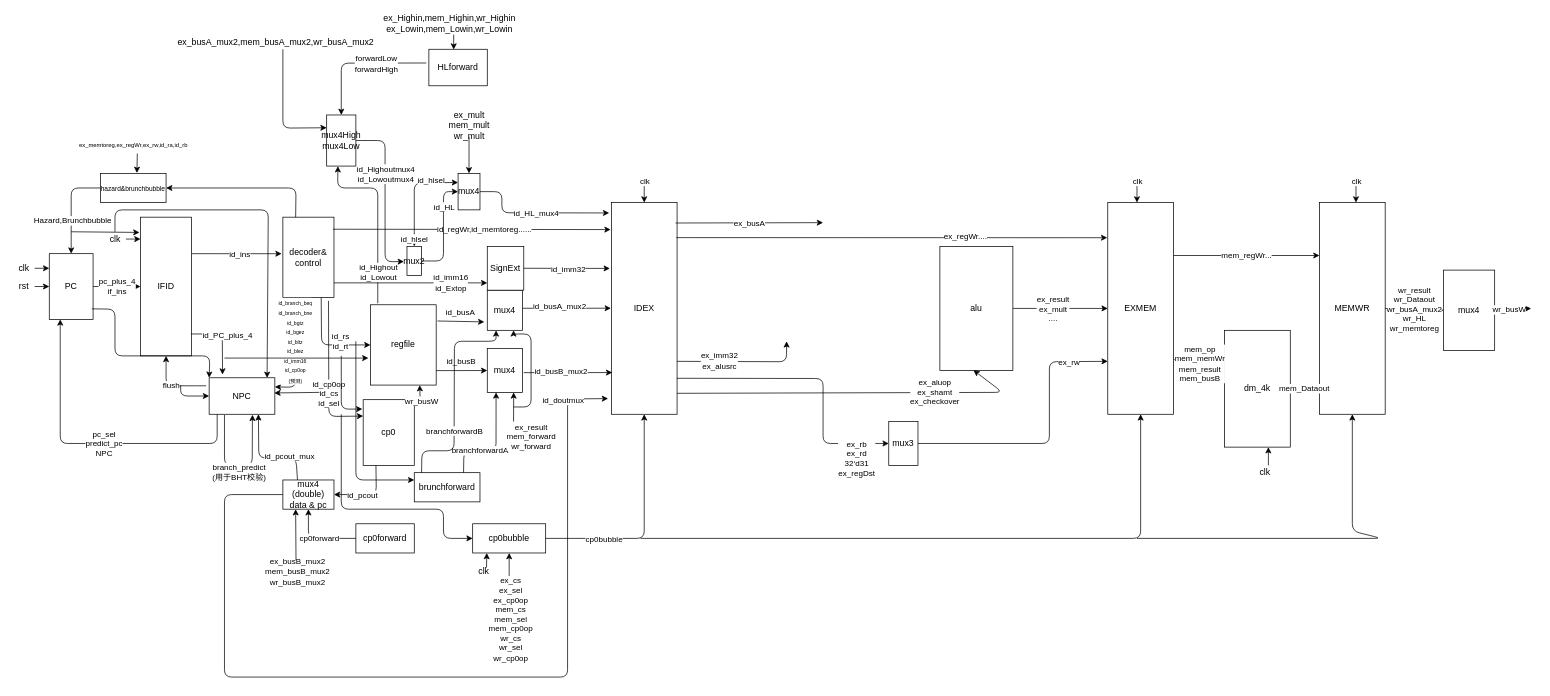
Above: Untitled Diagram.drawio in LinusWangg/DataStructure (draw.io), before the change. Source tidied: cells renumbered, new cells numbered last; positions are measured from the earlier drawing's top-left corner, leaving out a move shared by most shapes. Both pictures are drawn from the tidied source at 73%, with x=0, y=0 at pixel (12, 12).
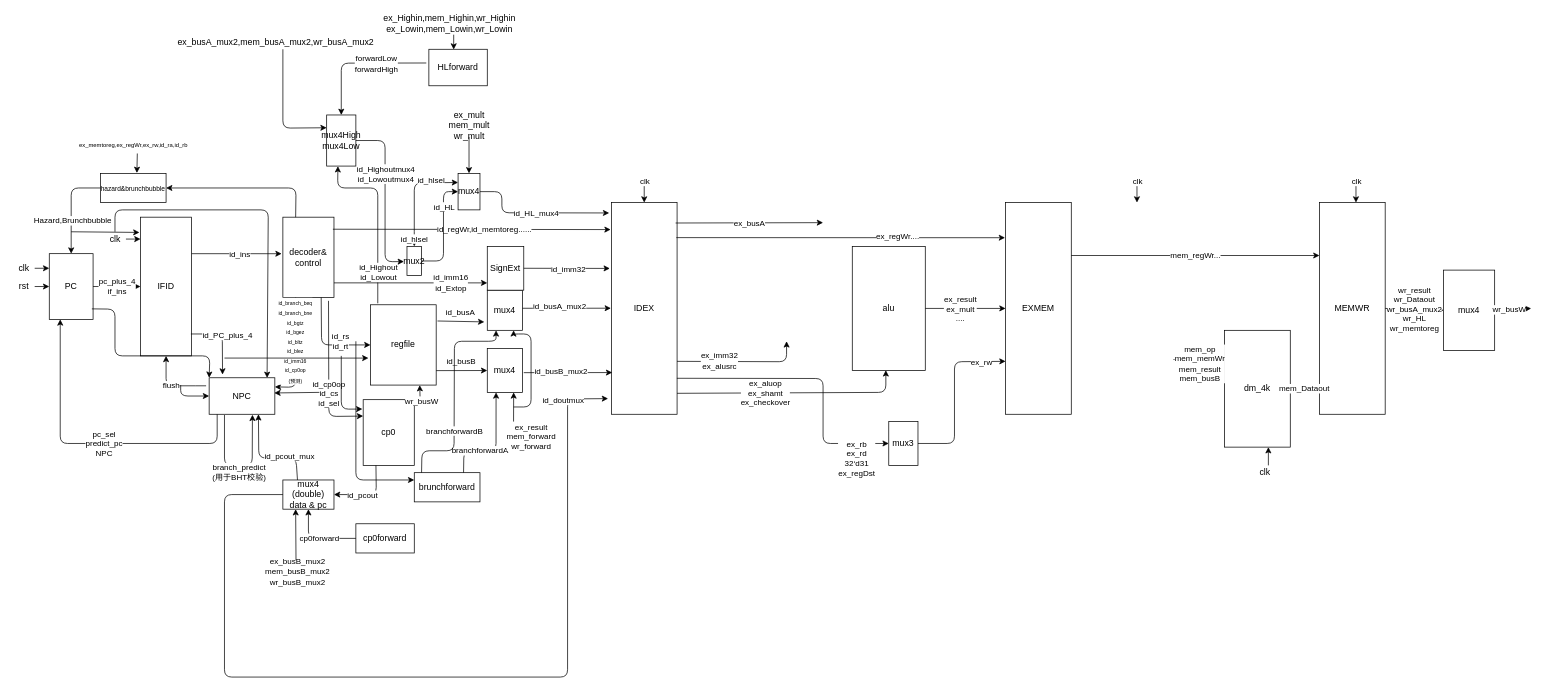
After the change.

The change refers to these unchanged cells:
```xml
<mxCell id="32" value="IDEX" style="rounded=0;whiteSpace=wrap;html=1;" parent="1" vertex="1">
  <mxGeometry x="820" y="260" width="90" height="290" as="geometry" />
</mxCell>
<mxCell id="108" value="mux3" style="rounded=0;whiteSpace=wrap;html=1;" parent="1" vertex="1">
  <mxGeometry x="1200" y="560" width="40" height="60" as="geometry" />
</mxCell>
<mxCell id="127" value="MEMWR" style="rounded=0;whiteSpace=wrap;html=1;" parent="1" vertex="1">
  <mxGeometry x="1790" y="260" width="90" height="290" as="geometry" />
</mxCell>
```

What changed in the source:
```diff
@@
     <mxCell id="54" value="alu" style="rounded=0;whiteSpace=wrap;html=1;" parent="1" vertex="1">
-      <mxGeometry x="1270" y="320" width="100" height="170" as="geometry" />
+      <mxGeometry x="1150" y="320" width="100" height="170" as="geometry" />
     </mxCell>
@@
     <mxCell id="101" style="endArrow=classic;html=1;exitX=1;exitY=0.901;exitDx=0;exitDy=0;exitPerimeter=0;entryX=0.46;entryY=0.998;entryDx=0;entryDy=0;entryPerimeter=0;" parent="1" edge="1" source="32" target="54">
       <mxGeometry relative="1" as="geometry">
         <Array as="points">
-          <mxPoint x="1356" y="520" />
+          <mxPoint x="1196" y="520" />
         </Array>
       </mxGeometry>
     </mxCell>
     <mxCell id="102" value="ex_aluop&lt;br&gt;ex_shamt&lt;br&gt;ex_checkover" style="edgeLabel;html=1;align=center;verticalAlign=middle;" parent="101" vertex="1">
       <mxGeometry x="0.3" relative="1" as="geometry">
-        <mxPoint x="29.7" y="-0.4" as="offset" />
+        <mxPoint x="-85" y="-0.2" as="offset" />
       </mxGeometry>
     </mxCell>
     <mxCell id="103" value="EXMEM" style="rounded=0;whiteSpace=wrap;html=1;" parent="1" vertex="1">
-      <mxGeometry x="1500" y="260" width="90" height="290" as="geometry" />
+      <mxGeometry x="1360" y="260" width="90" height="290" as="geometry" />
     </mxCell>
@@
     <mxCell id="111" style="endArrow=classic;html=1;exitX=1;exitY=0.5;exitDx=0;exitDy=0;entryX=0;entryY=0.75;entryDx=0;entryDy=0;" parent="1" edge="1" source="108" target="103">
       <mxGeometry relative="1" as="geometry">
         <Array as="points">
-          <mxPoint x="1420" y="590" />
-          <mxPoint x="1420" y="478" />
+          <mxPoint x="1290" y="590" />
+          <mxPoint x="1290" y="478" />
         </Array>
       </mxGeometry>
     </mxCell>
@@
-    <mxCell id="113" value="cp0bubble" style="rounded=0;whiteSpace=wrap;html=1;" parent="1" vertex="1">
-      <mxGeometry x="630" y="700" width="100" height="40" as="geometry" />
-    </mxCell>
-    <mxCell id="114" style="endArrow=classic;html=1;" parent="1" edge="1">
-      <mxGeometry relative="1" as="geometry">
-        <mxPoint x="649" y="760" as="sourcePoint" />
-        <mxPoint x="649.3" y="740" as="targetPoint" />
-      </mxGeometry>
-    </mxCell>
-    <mxCell id="115" value="clk" style="text;html=1;align=center;verticalAlign=middle;" parent="1" vertex="1">
-      <mxGeometry x="630" y="755" width="30" height="20" as="geometry" />
-    </mxCell>
-    <mxCell id="116" style="endArrow=classic;html=1;entryX=0;entryY=0.5;entryDx=0;entryDy=0;" parent="1" edge="1" target="113">
-      <mxGeometry relative="1" as="geometry">
-        <mxPoint x="450" y="550" as="sourcePoint" />
-        <Array as="points">
-          <mxPoint x="450" y="680" />
-          <mxPoint x="590" y="680" />
-          <mxPoint x="590" y="720" />
-        </Array>
-      </mxGeometry>
-    </mxCell>
-    <mxCell id="117" style="endArrow=classic;html=1;entryX=0.5;entryY=1;entryDx=0;entryDy=0;" parent="1" edge="1" target="113">
-      <mxGeometry relative="1" as="geometry">
-        <mxPoint x="680" y="790" as="sourcePoint" />
-      </mxGeometry>
-    </mxCell>
-    <mxCell id="118" value="ex_cs&lt;br&gt;ex_sel&lt;br&gt;ex_cp0op&lt;br&gt;mem_cs&lt;br&gt;mem_sel&lt;br&gt;mem_cp0op&lt;br&gt;wr_cs&lt;br&gt;wr_sel&lt;br&gt;wr_cp0op" style="edgeLabel;html=1;align=center;verticalAlign=middle;" parent="117" vertex="1">
-      <mxGeometry x="-1" y="-7" relative="1" as="geometry">
-        <mxPoint x="-6" y="40" as="offset" />
-      </mxGeometry>
-    </mxCell>
-    <mxCell id="119" style="endArrow=classic;html=1;exitX=1;exitY=0.5;exitDx=0;exitDy=0;entryX=0.5;entryY=1;entryDx=0;entryDy=0;" parent="1" edge="1" source="113" target="32">
-      <mxGeometry relative="1" as="geometry">
-        <Array as="points">
-          <mxPoint x="865" y="720" />
-        </Array>
-      </mxGeometry>
-    </mxCell>
-    <mxCell id="120" value="cp0bubble" style="edgeLabel;html=1;align=center;verticalAlign=middle;" parent="119" vertex="1">
-      <mxGeometry x="-0.37" y="-2" relative="1" as="geometry">
-        <mxPoint x="-16.6" y="-2" as="offset" />
-      </mxGeometry>
-    </mxCell>
-    <mxCell id="121" style="endArrow=classic;html=1;entryX=0.5;entryY=1;entryDx=0;entryDy=0;" parent="1" edge="1" target="103">
-      <mxGeometry relative="1" as="geometry">
-        <mxPoint x="860" y="720" as="sourcePoint" />
-        <Array as="points">
-          <mxPoint x="1545" y="720" />
-        </Array>
-      </mxGeometry>
-    </mxCell>
@@
-    <mxCell id="130" style="endArrow=classic;html=1;entryX=0.5;entryY=1;entryDx=0;entryDy=0;" parent="1" edge="1" target="127">
-      <mxGeometry relative="1" as="geometry">
-        <mxPoint x="1540" y="720" as="sourcePoint" />
-        <Array as="points">
-          <mxPoint x="1875" y="720" />
-          <mxPoint x="1835" y="710" />
-        </Array>
-      </mxGeometry>
-    </mxCell>
```
